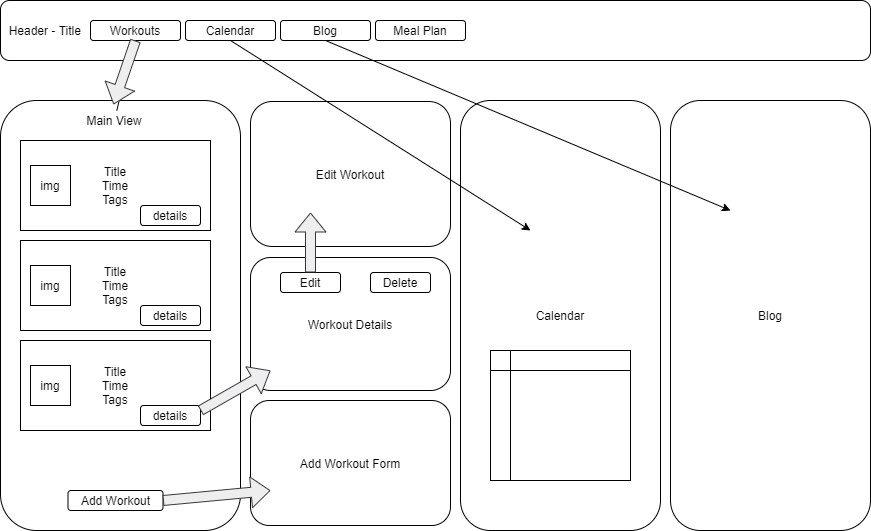
This is workout.drawio.png from paigetiedeman/capstone-planning, a draw.io export, as it was before one commit. Source tidied: cells renumbered, new cells last; positions are measured from the earlier drawing's top-left corner, leaving out a move shared by most shapes. Source of this version:
```xml
<mxGraphModel>
  <root>
    <mxCell id="0" />
    <mxCell id="1" parent="0" />
    <mxCell id="2" value="Add Workout Form" style="rounded=1;whiteSpace=wrap;html=1;" parent="1" vertex="1">
      <mxGeometry x="250" y="400" width="200" height="125" as="geometry" />
    </mxCell>
    <mxCell id="3" value="&amp;nbsp; Header - Title&amp;nbsp;&amp;nbsp;" style="rounded=1;whiteSpace=wrap;html=1;align=left;" parent="1" vertex="1">
      <mxGeometry width="870" height="60" as="geometry" />
    </mxCell>
    <mxCell id="4" value="Workouts" style="rounded=1;whiteSpace=wrap;html=1;" parent="1" vertex="1">
      <mxGeometry x="90" y="20" width="90" height="20" as="geometry" />
    </mxCell>
    <mxCell id="5" value="Calendar" style="rounded=1;whiteSpace=wrap;html=1;" parent="1" vertex="1">
      <mxGeometry x="185" y="20" width="90" height="20" as="geometry" />
    </mxCell>
    <mxCell id="6" value="Blog" style="rounded=1;whiteSpace=wrap;html=1;" parent="1" vertex="1">
      <mxGeometry x="280" y="20" width="90" height="20" as="geometry" />
    </mxCell>
    <mxCell id="7" value="Meal Plan" style="rounded=1;whiteSpace=wrap;html=1;" parent="1" vertex="1">
      <mxGeometry x="375" y="20" width="90" height="20" as="geometry" />
    </mxCell>
    <mxCell id="8" style="rounded=1;whiteSpace=wrap;html=1;" parent="1" vertex="1">
      <mxGeometry y="100" width="240" height="430" as="geometry" />
    </mxCell>
    <mxCell id="9" value="Title&lt;br&gt;Time&lt;br&gt;Tags" style="rounded=0;whiteSpace=wrap;html=1;" parent="1" vertex="1">
      <mxGeometry x="20" y="140" width="190" height="90" as="geometry" />
    </mxCell>
    <mxCell id="10" value="Title&lt;br&gt;Time&lt;br&gt;Tags" style="rounded=0;whiteSpace=wrap;html=1;" parent="1" vertex="1">
      <mxGeometry x="20" y="240" width="190" height="90" as="geometry" />
    </mxCell>
    <mxCell id="11" value="img" style="rounded=0;whiteSpace=wrap;html=1;" parent="1" vertex="1">
      <mxGeometry x="30" y="165" width="40" height="40" as="geometry" />
    </mxCell>
    <mxCell id="12" value="img" style="rounded=0;whiteSpace=wrap;html=1;" parent="1" vertex="1">
      <mxGeometry x="30" y="265" width="40" height="40" as="geometry" />
    </mxCell>
    <mxCell id="13" value="details" style="rounded=1;whiteSpace=wrap;html=1;" parent="1" vertex="1">
      <mxGeometry x="140" y="205" width="60" height="20" as="geometry" />
    </mxCell>
    <mxCell id="14" value="details" style="rounded=1;whiteSpace=wrap;html=1;" parent="1" vertex="1">
      <mxGeometry x="140" y="305" width="60" height="20" as="geometry" />
    </mxCell>
    <mxCell id="15" value="Title&lt;br&gt;Time&lt;br&gt;Tags" style="rounded=0;whiteSpace=wrap;html=1;" parent="1" vertex="1">
      <mxGeometry x="20" y="340" width="190" height="90" as="geometry" />
    </mxCell>
    <mxCell id="16" value="img" style="rounded=0;whiteSpace=wrap;html=1;" parent="1" vertex="1">
      <mxGeometry x="30" y="365" width="40" height="40" as="geometry" />
    </mxCell>
    <mxCell id="17" value="details" style="rounded=1;whiteSpace=wrap;html=1;" parent="1" vertex="1">
      <mxGeometry x="140" y="405" width="60" height="20" as="geometry" />
    </mxCell>
    <mxCell id="18" value="Add Workout" style="rounded=1;whiteSpace=wrap;html=1;" parent="1" vertex="1">
      <mxGeometry x="67.5" y="490" width="95" height="20" as="geometry" />
    </mxCell>
    <mxCell id="19" style="edgeStyle=none;html=1;" parent="1" edge="1" source="20" target="4">
      <mxGeometry relative="1" as="geometry" />
    </mxCell>
    <mxCell id="20" value="Main View" style="text;html=1;strokeColor=none;fillColor=none;align=center;verticalAlign=middle;whiteSpace=wrap;rounded=0;" parent="1" vertex="1">
      <mxGeometry x="79" y="110" width="70" height="20" as="geometry" />
    </mxCell>
    <mxCell id="21" style="shape=flexArrow;endArrow=classic;html=1;exitX=0.5;exitY=1;exitDx=0;exitDy=0;entryX=0.486;entryY=-0.3;entryDx=0;entryDy=0;entryPerimeter=0;fillColor=#eeeeee;strokeColor=#36393d;" parent="1" edge="1" source="4" target="20">
      <mxGeometry relative="1" as="geometry" />
    </mxCell>
    <mxCell id="22" style="shape=flexArrow;endArrow=classic;html=1;exitX=1;exitY=0.5;exitDx=0;exitDy=0;fillColor=#eeeeee;strokeColor=#36393d;" parent="1" edge="1" source="18">
      <mxGeometry relative="1" as="geometry">
        <mxPoint x="270" y="490" as="targetPoint" />
      </mxGeometry>
    </mxCell>
    <mxCell id="23" value="Workout Details" style="rounded=1;whiteSpace=wrap;html=1;" parent="1" vertex="1">
      <mxGeometry x="250" y="257" width="200" height="133" as="geometry" />
    </mxCell>
    <mxCell id="24" value="Edit" style="rounded=1;whiteSpace=wrap;html=1;" parent="1" vertex="1">
      <mxGeometry x="280" y="272" width="60" height="20" as="geometry" />
    </mxCell>
    <mxCell id="25" value="Delete" style="rounded=1;whiteSpace=wrap;html=1;" parent="1" vertex="1">
      <mxGeometry x="370" y="272" width="60" height="20" as="geometry" />
    </mxCell>
    <mxCell id="26" style="shape=flexArrow;endArrow=classic;html=1;exitX=1;exitY=0.25;exitDx=0;exitDy=0;fillColor=#eeeeee;strokeColor=#36393d;" parent="1" edge="1" source="17">
      <mxGeometry relative="1" as="geometry">
        <mxPoint x="270" y="370" as="targetPoint" />
      </mxGeometry>
    </mxCell>
    <mxCell id="27" value="Edit Workout" style="rounded=1;whiteSpace=wrap;html=1;" parent="1" vertex="1">
      <mxGeometry x="250" y="101" width="200" height="145" as="geometry" />
    </mxCell>
    <mxCell id="28" style="shape=flexArrow;endArrow=classic;html=1;exitX=0.5;exitY=0;exitDx=0;exitDy=0;fillColor=#eeeeee;strokeColor=#36393d;" parent="1" edge="1" source="24">
      <mxGeometry relative="1" as="geometry">
        <mxPoint x="310" y="212" as="targetPoint" />
      </mxGeometry>
    </mxCell>
    <mxCell id="29" value="Calendar" style="rounded=1;whiteSpace=wrap;html=1;" parent="1" vertex="1">
      <mxGeometry x="460" y="100" width="200" height="430" as="geometry" />
    </mxCell>
    <mxCell id="30" style="shape=internalStorage;whiteSpace=wrap;html=1;backgroundOutline=1;" parent="1" vertex="1">
      <mxGeometry x="490" y="350" width="140" height="130" as="geometry" />
    </mxCell>
    <mxCell id="31" style="endArrow=classic;html=1;exitX=0.5;exitY=1;exitDx=0;exitDy=0;" parent="1" edge="1" source="5">
      <mxGeometry relative="1" as="geometry">
        <mxPoint x="530" y="230" as="targetPoint" />
      </mxGeometry>
    </mxCell>
    <mxCell id="32" value="Blog" style="rounded=1;whiteSpace=wrap;html=1;" parent="1" vertex="1">
      <mxGeometry x="670" y="100" width="200" height="430" as="geometry" />
    </mxCell>
    <mxCell id="33" style="endArrow=classic;html=1;exitX=0.5;exitY=1;exitDx=0;exitDy=0;" parent="1" edge="1" source="6">
      <mxGeometry relative="1" as="geometry">
        <mxPoint x="730" y="210" as="targetPoint" />
      </mxGeometry>
    </mxCell>
  </root>
</mxGraphModel>
```
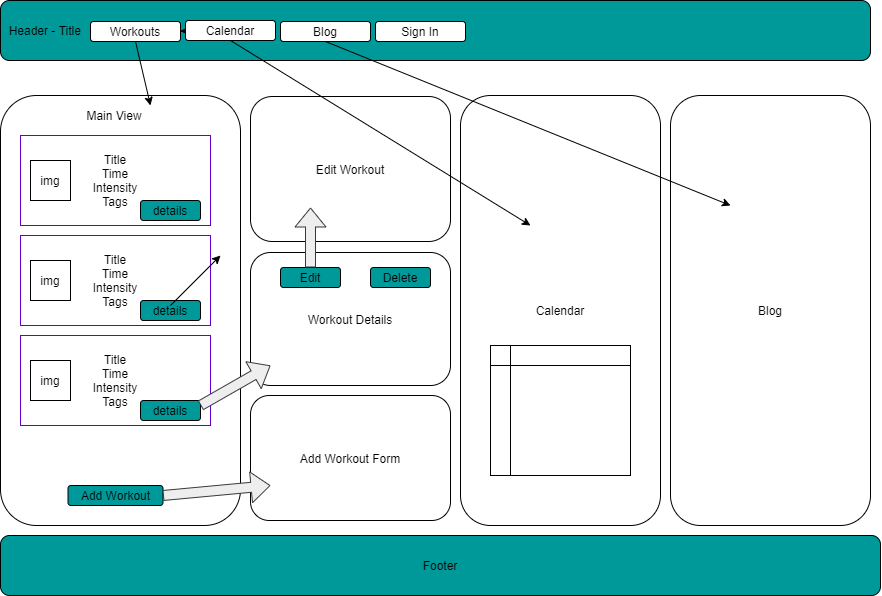
Above is the later version.

Commit message:
Updating timeline and diagram

Diff of the diagram source:
```diff
@@ -5,28 +5,31 @@
     <mxCell id="2" value="Add Workout Form" style="rounded=1;whiteSpace=wrap;html=1;" parent="1" vertex="1">
       <mxGeometry x="250" y="400" width="200" height="125" as="geometry" />
     </mxCell>
-    <mxCell id="3" value="&amp;nbsp; Header - Title&amp;nbsp;&amp;nbsp;" style="rounded=1;whiteSpace=wrap;html=1;align=left;" parent="1" vertex="1">
-      <mxGeometry width="870" height="60" as="geometry" />
+    <mxCell id="3" value="&amp;nbsp; Header - Title&amp;nbsp;&amp;nbsp;" style="rounded=1;whiteSpace=wrap;html=1;align=left;fillColor=#009999;" parent="1" vertex="1">
+      <mxGeometry y="5" width="870" height="60" as="geometry" />
     </mxCell>
     <mxCell id="4" value="Workouts" style="rounded=1;whiteSpace=wrap;html=1;" parent="1" vertex="1">
-      <mxGeometry x="90" y="20" width="90" height="20" as="geometry" />
+      <mxGeometry x="90" y="26" width="90" height="20" as="geometry" />
     </mxCell>
+    <mxCell id="34" style="edgeStyle=none;html=1;" parent="1" edge="1" source="5" target="4">
+      <mxGeometry relative="1" as="geometry" />
+    </mxCell>
+    <mxCell id="35" style="edgeStyle=none;html=1;" parent="1" edge="1" source="5" target="4">
+      <mxGeometry relative="1" as="geometry" />
+    </mxCell>
     <mxCell id="5" value="Calendar" style="rounded=1;whiteSpace=wrap;html=1;" parent="1" vertex="1">
-      <mxGeometry x="185" y="20" width="90" height="20" as="geometry" />
+      <mxGeometry x="185" y="25" width="90" height="20" as="geometry" />
     </mxCell>
     <mxCell id="6" value="Blog" style="rounded=1;whiteSpace=wrap;html=1;" parent="1" vertex="1">
-      <mxGeometry x="280" y="20" width="90" height="20" as="geometry" />
+      <mxGeometry x="280" y="26" width="90" height="20" as="geometry" />
     </mxCell>
-    <mxCell id="7" value="Meal Plan" style="rounded=1;whiteSpace=wrap;html=1;" parent="1" vertex="1">
-      <mxGeometry x="375" y="20" width="90" height="20" as="geometry" />
-    </mxCell>
-    <mxCell id="8" style="rounded=1;whiteSpace=wrap;html=1;" parent="1" vertex="1">
+    <mxCell id="8" style="rounded=1;whiteSpace=wrap;html=1;fontColor=#000000;" parent="1" vertex="1">
       <mxGeometry y="100" width="240" height="430" as="geometry" />
     </mxCell>
-    <mxCell id="9" value="Title&lt;br&gt;Time&lt;br&gt;Tags" style="rounded=0;whiteSpace=wrap;html=1;" parent="1" vertex="1">
+    <mxCell id="9" value="Title&lt;br&gt;Time&lt;br&gt;Intensity&lt;br&gt;Tags" style="rounded=0;whiteSpace=wrap;html=1;strokeColor=#6600CC;" parent="1" vertex="1">
       <mxGeometry x="20" y="140" width="190" height="90" as="geometry" />
     </mxCell>
-    <mxCell id="10" value="Title&lt;br&gt;Time&lt;br&gt;Tags" style="rounded=0;whiteSpace=wrap;html=1;" parent="1" vertex="1">
+    <mxCell id="10" value="Title&lt;br&gt;Time&lt;br&gt;Intensity&lt;br&gt;Tags" style="rounded=0;whiteSpace=wrap;html=1;strokeColor=#6600CC;" parent="1" vertex="1">
       <mxGeometry x="20" y="240" width="190" height="90" as="geometry" />
     </mxCell>
     <mxCell id="11" value="img" style="rounded=0;whiteSpace=wrap;html=1;" parent="1" vertex="1">
@@ -35,33 +38,32 @@
     <mxCell id="12" value="img" style="rounded=0;whiteSpace=wrap;html=1;" parent="1" vertex="1">
       <mxGeometry x="30" y="265" width="40" height="40" as="geometry" />
     </mxCell>
-    <mxCell id="13" value="details" style="rounded=1;whiteSpace=wrap;html=1;" parent="1" vertex="1">
+    <mxCell id="13" value="details" style="rounded=1;whiteSpace=wrap;html=1;fillColor=#009999;" parent="1" vertex="1">
       <mxGeometry x="140" y="205" width="60" height="20" as="geometry" />
     </mxCell>
-    <mxCell id="14" value="details" style="rounded=1;whiteSpace=wrap;html=1;" parent="1" vertex="1">
+    <mxCell id="14" value="details" style="rounded=1;whiteSpace=wrap;html=1;fillColor=#009999;" parent="1" vertex="1">
       <mxGeometry x="140" y="305" width="60" height="20" as="geometry" />
     </mxCell>
-    <mxCell id="15" value="Title&lt;br&gt;Time&lt;br&gt;Tags" style="rounded=0;whiteSpace=wrap;html=1;" parent="1" vertex="1">
+    <mxCell id="15" value="Title&lt;br&gt;Time&lt;br&gt;Intensity&lt;br&gt;Tags" style="rounded=0;whiteSpace=wrap;html=1;strokeColor=#6600CC;" parent="1" vertex="1">
       <mxGeometry x="20" y="340" width="190" height="90" as="geometry" />
     </mxCell>
     <mxCell id="16" value="img" style="rounded=0;whiteSpace=wrap;html=1;" parent="1" vertex="1">
       <mxGeometry x="30" y="365" width="40" height="40" as="geometry" />
     </mxCell>
-    <mxCell id="17" value="details" style="rounded=1;whiteSpace=wrap;html=1;" parent="1" vertex="1">
+    <mxCell id="17" value="details" style="rounded=1;whiteSpace=wrap;html=1;fillColor=#009999;" parent="1" vertex="1">
       <mxGeometry x="140" y="405" width="60" height="20" as="geometry" />
     </mxCell>
-    <mxCell id="18" value="Add Workout" style="rounded=1;whiteSpace=wrap;html=1;" parent="1" vertex="1">
+    <mxCell id="18" value="Add Workout" style="rounded=1;whiteSpace=wrap;html=1;fillColor=#009999;" parent="1" vertex="1">
       <mxGeometry x="67.5" y="490" width="95" height="20" as="geometry" />
     </mxCell>
-    <mxCell id="19" style="edgeStyle=none;html=1;" parent="1" edge="1" source="20" target="4">
-      <mxGeometry relative="1" as="geometry" />
+    <mxCell id="19" style="edgeStyle=none;html=1;exitX=0.5;exitY=1;exitDx=0;exitDy=0;" parent="1" edge="1" source="4">
+      <mxGeometry relative="1" as="geometry">
+        <mxPoint x="150" y="110" as="targetPoint" />
+      </mxGeometry>
     </mxCell>
     <mxCell id="20" value="Main View" style="text;html=1;strokeColor=none;fillColor=none;align=center;verticalAlign=middle;whiteSpace=wrap;rounded=0;" parent="1" vertex="1">
       <mxGeometry x="79" y="110" width="70" height="20" as="geometry" />
     </mxCell>
-    <mxCell id="21" style="shape=flexArrow;endArrow=classic;html=1;exitX=0.5;exitY=1;exitDx=0;exitDy=0;entryX=0.486;entryY=-0.3;entryDx=0;entryDy=0;entryPerimeter=0;fillColor=#eeeeee;strokeColor=#36393d;" parent="1" edge="1" source="4" target="20">
-      <mxGeometry relative="1" as="geometry" />
-    </mxCell>
     <mxCell id="22" style="shape=flexArrow;endArrow=classic;html=1;exitX=1;exitY=0.5;exitDx=0;exitDy=0;fillColor=#eeeeee;strokeColor=#36393d;" parent="1" edge="1" source="18">
       <mxGeometry relative="1" as="geometry">
         <mxPoint x="270" y="490" as="targetPoint" />
@@ -70,10 +72,10 @@
     <mxCell id="23" value="Workout Details" style="rounded=1;whiteSpace=wrap;html=1;" parent="1" vertex="1">
       <mxGeometry x="250" y="257" width="200" height="133" as="geometry" />
     </mxCell>
-    <mxCell id="24" value="Edit" style="rounded=1;whiteSpace=wrap;html=1;" parent="1" vertex="1">
+    <mxCell id="24" value="Edit" style="rounded=1;whiteSpace=wrap;html=1;fillColor=#009999;" parent="1" vertex="1">
       <mxGeometry x="280" y="272" width="60" height="20" as="geometry" />
     </mxCell>
-    <mxCell id="25" value="Delete" style="rounded=1;whiteSpace=wrap;html=1;" parent="1" vertex="1">
+    <mxCell id="25" value="Delete" style="rounded=1;whiteSpace=wrap;html=1;fillColor=#009999;" parent="1" vertex="1">
       <mxGeometry x="370" y="272" width="60" height="20" as="geometry" />
     </mxCell>
     <mxCell id="26" style="shape=flexArrow;endArrow=classic;html=1;exitX=1;exitY=0.25;exitDx=0;exitDy=0;fillColor=#eeeeee;strokeColor=#36393d;" parent="1" edge="1" source="17">
@@ -108,5 +110,17 @@
         <mxPoint x="730" y="210" as="targetPoint" />
       </mxGeometry>
     </mxCell>
+    <mxCell id="36" value="Sign In" style="rounded=1;whiteSpace=wrap;html=1;" parent="1" vertex="1">
+      <mxGeometry x="375" y="26" width="90" height="20" as="geometry" />
+    </mxCell>
+    <mxCell id="37" value="Footer" style="rounded=1;whiteSpace=wrap;html=1;fillColor=#009999;" parent="1" vertex="1">
+      <mxGeometry y="540" width="880" height="60" as="geometry" />
+    </mxCell>
+    <mxCell id="38" style="endArrow=classic;html=1;" parent="1" edge="1">
+      <mxGeometry relative="1" as="geometry">
+        <mxPoint x="170" y="310" as="sourcePoint" />
+        <mxPoint x="220" y="260" as="targetPoint" />
+      </mxGeometry>
+    </mxCell>
   </root>
 </mxGraphModel>
```
